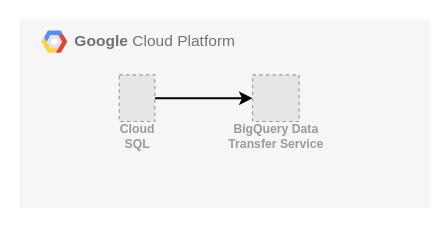
Before: sources/gcp.drawio in sugiyama404/practice_bigquery, a draw.io diagram. Source tidied: cells renumbered, new cells numbered last; positions are measured from the earlier drawing's top-left corner, leaving out a move shared by most shapes. Both pictures are drawn from the tidied source at 111%, with x=0, y=0 at pixel (19, 19). Pictures stored in the file or linked from it are replaced by grey dashed boxes.
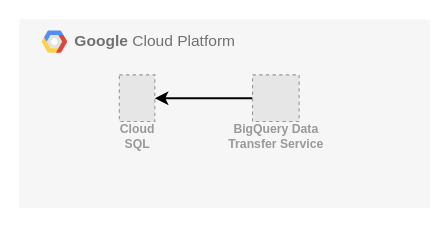
After the change.

Diff of the diagram source:
```diff
@@
 <mxGraphModel>
   <root>
     <mxCell id="0" />
     <mxCell id="1" parent="0" />
     <mxCell id="2" value="&lt;b&gt;Google &lt;/b&gt;Cloud Platform" style="fillColor=light-dark(#F6F6F6,#F6F6F6);strokeColor=none;shadow=0;gradientColor=none;fontSize=14;align=left;spacing=10;fontColor=#717171;9E9E9E;verticalAlign=top;spacingTop=-4;fontStyle=0;spacingLeft=40;html=1;whiteSpace=wrap;" parent="1" vertex="1">
       <mxGeometry width="370" height="170" as="geometry" />
     </mxCell>
     <mxCell id="3" style="shape=mxgraph.gcp2.google_cloud_platform;fillColor=#F6F6F6;strokeColor=none;shadow=0;gradientColor=none;" parent="2" vertex="1">
       <mxGeometry width="23" height="20" relative="1" as="geometry">
         <mxPoint x="20" y="10" as="offset" />
       </mxGeometry>
     </mxCell>
-    <mxCell id="4" style="edgeStyle=none;html=1;strokeColor=light-dark(#000000,#000000);strokeWidth=2;" parent="2" edge="1" source="5" target="6">
+    <mxCell id="4" style="edgeStyle=none;html=1;strokeColor=light-dark(#000000,#000000);strokeWidth=2;startArrow=classic;startFill=1;endArrow=none;endFill=0;" parent="2" edge="1" source="5" target="6">
       <mxGeometry relative="1" as="geometry" />
     </mxCell>
     <mxCell id="5" value="Cloud&#10;SQL" style="fillColor=#E6E6E6;strokeColor=#999999;dashed=1;html=1;verticalAlign=top;labelPosition=center;verticalLabelPosition=bottom;align=center;spacingTop=-6;fontSize=11;fontStyle=1;fontColor=#999999;" parent="2" vertex="1">
       <mxGeometry x="90" y="50" width="32" height="42" as="geometry" />
     </mxCell>
     <mxCell id="6" value="BigQuery Data&#10;Transfer Service" style="fillColor=#E6E6E6;strokeColor=#999999;dashed=1;html=1;verticalAlign=top;labelPosition=center;verticalLabelPosition=bottom;align=center;spacingTop=-6;fontSize=11;fontStyle=1;fontColor=#999999;" parent="2" vertex="1">
       <mxGeometry x="210" y="50" width="42" height="42" as="geometry" />
     </mxCell>
   </root>
 </mxGraphModel>
```
